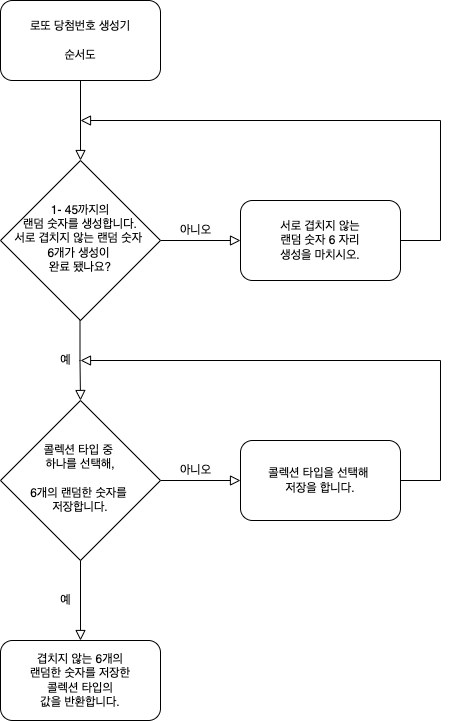
Before: IMG/makeLottoAutoNumberGenerator.png, a diagram exported from draw.io (yagom-academy/swift-starter-Round2). Source tidied: cells renumbered, new cells last; positions are measured from the earlier drawing's top-left corner, leaving out a move shared by most shapes. Its diagram source:
```xml
<mxGraphModel>
  <root>
    <mxCell id="0" />
    <mxCell id="1" parent="0" />
    <mxCell id="2" style="rounded=0;html=1;jettySize=auto;fontSize=11;endArrow=block;endFill=0;endSize=8;strokeWidth=1;shadow=0;labelBackgroundColor=none;edgeStyle=orthogonalEdgeStyle;" parent="1" edge="1" source="3" target="5">
      <mxGeometry relative="1" as="geometry" />
    </mxCell>
    <mxCell id="3" value="로또 당첨번호 생성기&lt;br&gt;&lt;br&gt;순서도" style="rounded=1;whiteSpace=wrap;html=1;fontSize=12;glass=0;strokeWidth=1;shadow=0;" parent="1" vertex="1">
      <mxGeometry width="160" height="80" as="geometry" />
    </mxCell>
    <mxCell id="4" style="edgeStyle=orthogonalEdgeStyle;rounded=0;html=1;jettySize=auto;fontSize=11;endArrow=block;endFill=0;endSize=8;strokeWidth=1;shadow=0;labelBackgroundColor=none;" parent="1" edge="1" source="5" target="6">
      <mxGeometry y="10" relative="1" as="geometry" />
    </mxCell>
    <mxCell id="5" value="1- 45까지의&lt;br&gt;랜덤 숫자를 생성합니다.&lt;br&gt;서로 겹치지 않는 랜덤 숫자 &lt;br&gt;6개가&amp;nbsp;생성이 &lt;br&gt;완료 됐나요?" style="rhombus;whiteSpace=wrap;html=1;shadow=0;fontFamily=Helvetica;fontSize=12;align=center;strokeWidth=1;spacing=6;spacingTop=-4;" parent="1" vertex="1">
      <mxGeometry y="160" width="160" height="160" as="geometry" />
    </mxCell>
    <mxCell id="6" value="서로 겹치지 않는&lt;br&gt;랜덤 숫자 6 자리&lt;br&gt;생성을 마치시오." style="rounded=1;whiteSpace=wrap;html=1;fontSize=12;glass=0;strokeWidth=1;shadow=0;" parent="1" vertex="1">
      <mxGeometry x="240" y="200" width="160" height="80" as="geometry" />
    </mxCell>
    <mxCell id="7" style="edgeStyle=orthogonalEdgeStyle;rounded=0;html=1;jettySize=auto;fontSize=11;endArrow=block;endFill=0;endSize=8;strokeWidth=1;shadow=0;labelBackgroundColor=none;" parent="1" edge="1" source="8" target="10">
      <mxGeometry y="10" relative="1" as="geometry" />
    </mxCell>
    <mxCell id="8" value="콜렉션 타입 중 &lt;br&gt;하나를 선택해,&lt;br&gt;&lt;br&gt;6개의 랜덤한 숫자를 &lt;br&gt;저장합니다." style="rhombus;whiteSpace=wrap;html=1;shadow=0;fontFamily=Helvetica;fontSize=12;align=center;strokeWidth=1;spacing=6;spacingTop=-4;" parent="1" vertex="1">
      <mxGeometry y="400" width="160" height="160" as="geometry" />
    </mxCell>
    <mxCell id="9" value="겹치지 않는 6개의&lt;br&gt;랜덤한 숫자를 저장한&lt;br&gt;콜렉션 타입의&lt;br&gt;값을 반환합니다." style="rounded=1;whiteSpace=wrap;html=1;fontSize=12;glass=0;strokeWidth=1;shadow=0;" parent="1" vertex="1">
      <mxGeometry y="640" width="160" height="80" as="geometry" />
    </mxCell>
    <mxCell id="10" value="콜렉션 타입을 선택해&amp;nbsp;&lt;br&gt;저장을 합니다." style="rounded=1;whiteSpace=wrap;html=1;fontSize=12;glass=0;strokeWidth=1;shadow=0;" parent="1" vertex="1">
      <mxGeometry x="240" y="440" width="160" height="80" as="geometry" />
    </mxCell>
    <mxCell id="11" style="rounded=0;html=1;jettySize=auto;orthogonalLoop=1;fontSize=11;endArrow=block;endFill=0;endSize=8;strokeWidth=1;shadow=0;labelBackgroundColor=none;edgeStyle=orthogonalEdgeStyle;" parent="1" edge="1">
      <mxGeometry x="-0.06" y="21" relative="1" as="geometry">
        <mxPoint x="80" y="560" as="sourcePoint" />
        <mxPoint x="80" y="640" as="targetPoint" />
      </mxGeometry>
    </mxCell>
    <mxCell id="12" value="아니오" style="text;html=1;align=center;verticalAlign=middle;fillColor=none;strokeColor=none;rounded=0;" parent="1" vertex="1">
      <mxGeometry x="170" y="220" width="50" height="20" as="geometry" />
    </mxCell>
    <mxCell id="13" style="rounded=0;html=1;jettySize=auto;fontSize=11;endArrow=block;endFill=0;endSize=8;strokeWidth=1;shadow=0;labelBackgroundColor=none;edgeStyle=orthogonalEdgeStyle;entryX=0.5;entryY=0;entryDx=0;entryDy=0;" parent="1" edge="1" target="8">
      <mxGeometry relative="1" as="geometry">
        <mxPoint x="79.5" y="320" as="sourcePoint" />
      </mxGeometry>
    </mxCell>
    <mxCell id="14" value="예" style="text;html=1;align=center;verticalAlign=middle;fillColor=none;strokeColor=none;rounded=0;" parent="1" vertex="1">
      <mxGeometry x="50" y="350" width="30" height="20" as="geometry" />
    </mxCell>
    <mxCell id="15" style="edgeStyle=orthogonalEdgeStyle;rounded=0;html=1;jettySize=auto;fontSize=11;endArrow=block;endFill=0;endSize=8;strokeWidth=1;shadow=0;labelBackgroundColor=none;exitX=1;exitY=0.425;exitDx=0;exitDy=0;exitPerimeter=0;" parent="1" edge="1" source="6">
      <mxGeometry y="10" relative="1" as="geometry">
        <mxPoint x="80" y="120" as="targetPoint" />
        <Array as="points">
          <mxPoint x="400" y="240" />
          <mxPoint x="440" y="240" />
          <mxPoint x="440" y="120" />
        </Array>
      </mxGeometry>
    </mxCell>
    <mxCell id="16" value="아니오" style="text;html=1;align=center;verticalAlign=middle;fillColor=none;strokeColor=none;rounded=0;" parent="1" vertex="1">
      <mxGeometry x="170" y="460" width="50" height="20" as="geometry" />
    </mxCell>
    <mxCell id="17" style="edgeStyle=orthogonalEdgeStyle;rounded=0;html=1;jettySize=auto;orthogonalLoop=1;fontSize=11;endArrow=block;endFill=0;endSize=8;strokeWidth=1;shadow=0;labelBackgroundColor=none;exitX=1;exitY=0.425;exitDx=0;exitDy=0;exitPerimeter=0;" parent="1" edge="1">
      <mxGeometry y="10" relative="1" as="geometry">
        <mxPoint x="400" y="474" as="sourcePoint" />
        <mxPoint x="80" y="360" as="targetPoint" />
        <Array as="points">
          <mxPoint x="400" y="480" />
          <mxPoint x="440" y="480" />
          <mxPoint x="440" y="360" />
        </Array>
      </mxGeometry>
    </mxCell>
    <mxCell id="18" value="예" style="text;html=1;align=center;verticalAlign=middle;fillColor=none;strokeColor=none;rounded=0;" parent="1" vertex="1">
      <mxGeometry x="50" y="590" width="30" height="20" as="geometry" />
    </mxCell>
  </root>
</mxGraphModel>
```
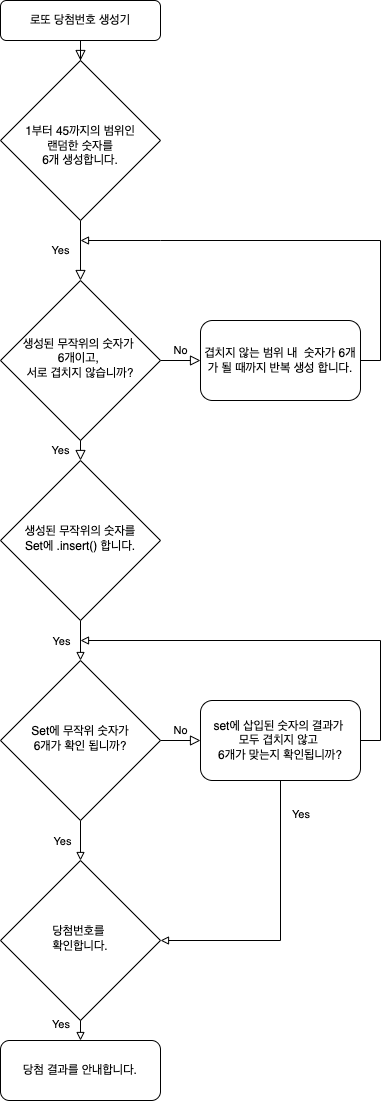
Above is the later version.

Commit message:
로또당첨번호 생성기 순서도 재수정 커밋

The edit, as a diff of the source:
```diff
@@ -5,73 +5,113 @@
     <mxCell id="2" style="rounded=0;html=1;jettySize=auto;fontSize=11;endArrow=block;endFill=0;endSize=8;strokeWidth=1;shadow=0;labelBackgroundColor=none;edgeStyle=orthogonalEdgeStyle;" parent="1" edge="1" source="3" target="5">
       <mxGeometry relative="1" as="geometry" />
     </mxCell>
-    <mxCell id="3" value="로또 당첨번호 생성기&lt;br&gt;&lt;br&gt;순서도" style="rounded=1;whiteSpace=wrap;html=1;fontSize=12;glass=0;strokeWidth=1;shadow=0;" parent="1" vertex="1">
-      <mxGeometry width="160" height="80" as="geometry" />
+    <mxCell id="3" value="로또 당첨번호 생성기" style="rounded=1;whiteSpace=wrap;html=1;fontSize=12;glass=0;strokeWidth=1;shadow=0;" parent="1" vertex="1">
+      <mxGeometry y="20" width="160" height="40" as="geometry" />
     </mxCell>
+    <mxCell id="19" value="Yes" style="rounded=0;html=1;jettySize=auto;fontSize=11;endArrow=block;endFill=0;endSize=8;strokeWidth=1;shadow=0;labelBackgroundColor=none;edgeStyle=orthogonalEdgeStyle;" parent="1" edge="1" source="5" target="8">
+      <mxGeometry y="-20" relative="1" as="geometry">
+        <Array as="points">
+          <mxPoint x="80" y="330" />
+          <mxPoint x="80" y="330" />
+        </Array>
+      </mxGeometry>
+    </mxCell>
-    <mxCell id="4" style="edgeStyle=orthogonalEdgeStyle;rounded=0;html=1;jettySize=auto;fontSize=11;endArrow=block;endFill=0;endSize=8;strokeWidth=1;shadow=0;labelBackgroundColor=none;" parent="1" edge="1" source="5" target="6">
-      <mxGeometry y="10" relative="1" as="geometry" />
+    <mxCell id="4" value="No" style="edgeStyle=orthogonalEdgeStyle;rounded=0;html=1;jettySize=auto;fontSize=11;endArrow=block;endFill=0;endSize=8;strokeWidth=1;shadow=0;labelBackgroundColor=none;" parent="1" edge="1" target="6">
+      <mxGeometry y="10" relative="1" as="geometry">
+        <mxPoint x="160" y="380" as="sourcePoint" />
+      </mxGeometry>
     </mxCell>
-    <mxCell id="5" value="1- 45까지의&lt;br&gt;랜덤 숫자를 생성합니다.&lt;br&gt;서로 겹치지 않는 랜덤 숫자 &lt;br&gt;6개가&amp;nbsp;생성이 &lt;br&gt;완료 됐나요?" style="rhombus;whiteSpace=wrap;html=1;shadow=0;fontFamily=Helvetica;fontSize=12;align=center;strokeWidth=1;spacing=6;spacingTop=-4;" parent="1" vertex="1">
-      <mxGeometry y="160" width="160" height="160" as="geometry" />
+    <mxCell id="5" value="&lt;br&gt;1부터 45까지의 범위인&lt;br&gt;랜덤한 숫자를&lt;br&gt;6개 생성합니다." style="rhombus;whiteSpace=wrap;html=1;shadow=0;fontFamily=Helvetica;fontSize=12;align=center;strokeWidth=1;spacing=6;spacingTop=-4;" parent="1" vertex="1">
+      <mxGeometry y="80" width="160" height="160" as="geometry" />
     </mxCell>
+    <mxCell id="20" style="edgeStyle=orthogonalEdgeStyle;rounded=0;jettySize=auto;html=1;exitX=1;exitY=0.5;exitDx=0;exitDy=0;endArrow=block;endFill=0;" parent="1" edge="1" source="6">
+      <mxGeometry relative="1" as="geometry">
+        <mxPoint x="80" y="260" as="targetPoint" />
+        <Array as="points">
+          <mxPoint x="380" y="380" />
+          <mxPoint x="380" y="260" />
+          <mxPoint x="160" y="260" />
+        </Array>
+      </mxGeometry>
+    </mxCell>
-    <mxCell id="6" value="서로 겹치지 않는&lt;br&gt;랜덤 숫자 6 자리&lt;br&gt;생성을 마치시오." style="rounded=1;whiteSpace=wrap;html=1;fontSize=12;glass=0;strokeWidth=1;shadow=0;" parent="1" vertex="1">
-      <mxGeometry x="240" y="200" width="160" height="80" as="geometry" />
+    <mxCell id="6" value="겹치지 않는 범위 내&amp;nbsp; 숫자가 6개가 될 때까지 반복 생성 합니다." style="rounded=1;whiteSpace=wrap;html=1;fontSize=12;glass=0;strokeWidth=1;shadow=0;" parent="1" vertex="1">
+      <mxGeometry x="200" y="340" width="160" height="80" as="geometry" />
     </mxCell>
-    <mxCell id="7" style="edgeStyle=orthogonalEdgeStyle;rounded=0;html=1;jettySize=auto;fontSize=11;endArrow=block;endFill=0;endSize=8;strokeWidth=1;shadow=0;labelBackgroundColor=none;" parent="1" edge="1" source="8" target="10">
-      <mxGeometry y="10" relative="1" as="geometry" />
-    </mxCell>
-    <mxCell id="8" value="콜렉션 타입 중 &lt;br&gt;하나를 선택해,&lt;br&gt;&lt;br&gt;6개의 랜덤한 숫자를 &lt;br&gt;저장합니다." style="rhombus;whiteSpace=wrap;html=1;shadow=0;fontFamily=Helvetica;fontSize=12;align=center;strokeWidth=1;spacing=6;spacingTop=-4;" parent="1" vertex="1">
-      <mxGeometry y="400" width="160" height="160" as="geometry" />
+    <mxCell id="8" value="생성된 무작위의 숫자가 &lt;br&gt;6개이고, &lt;br&gt;서로 겹치지 않습니까?" style="rhombus;whiteSpace=wrap;html=1;shadow=0;fontFamily=Helvetica;fontSize=12;align=center;strokeWidth=1;spacing=6;spacingTop=-4;" parent="1" vertex="1">
+      <mxGeometry y="300" width="160" height="160" as="geometry" />
     </mxCell>
-    <mxCell id="9" value="겹치지 않는 6개의&lt;br&gt;랜덤한 숫자를 저장한&lt;br&gt;콜렉션 타입의&lt;br&gt;값을 반환합니다." style="rounded=1;whiteSpace=wrap;html=1;fontSize=12;glass=0;strokeWidth=1;shadow=0;" parent="1" vertex="1">
-      <mxGeometry y="640" width="160" height="80" as="geometry" />
+    <mxCell id="9" value="당첨 결과를 안내합니다." style="rounded=1;whiteSpace=wrap;html=1;fontSize=12;glass=0;strokeWidth=1;shadow=0;" parent="1" vertex="1">
+      <mxGeometry y="1060" width="160" height="60" as="geometry" />
     </mxCell>
-    <mxCell id="10" value="콜렉션 타입을 선택해&amp;nbsp;&lt;br&gt;저장을 합니다." style="rounded=1;whiteSpace=wrap;html=1;fontSize=12;glass=0;strokeWidth=1;shadow=0;" parent="1" vertex="1">
-      <mxGeometry x="240" y="440" width="160" height="80" as="geometry" />
-    </mxCell>
-    <mxCell id="11" style="rounded=0;html=1;jettySize=auto;orthogonalLoop=1;fontSize=11;endArrow=block;endFill=0;endSize=8;strokeWidth=1;shadow=0;labelBackgroundColor=none;edgeStyle=orthogonalEdgeStyle;" parent="1" edge="1">
-      <mxGeometry x="-0.06" y="21" relative="1" as="geometry">
-        <mxPoint x="80" y="560" as="sourcePoint" />
-        <mxPoint x="80" y="640" as="targetPoint" />
-      </mxGeometry>
-    </mxCell>
-    <mxCell id="12" value="아니오" style="text;html=1;align=center;verticalAlign=middle;fillColor=none;strokeColor=none;rounded=0;" parent="1" vertex="1">
-      <mxGeometry x="170" y="220" width="50" height="20" as="geometry" />
-    </mxCell>
-    <mxCell id="13" style="rounded=0;html=1;jettySize=auto;fontSize=11;endArrow=block;endFill=0;endSize=8;strokeWidth=1;shadow=0;labelBackgroundColor=none;edgeStyle=orthogonalEdgeStyle;entryX=0.5;entryY=0;entryDx=0;entryDy=0;" parent="1" edge="1" target="8">
-      <mxGeometry relative="1" as="geometry">
-        <mxPoint x="79.5" y="320" as="sourcePoint" />
-      </mxGeometry>
-    </mxCell>
-    <mxCell id="14" value="예" style="text;html=1;align=center;verticalAlign=middle;fillColor=none;strokeColor=none;rounded=0;" parent="1" vertex="1">
-      <mxGeometry x="50" y="350" width="30" height="20" as="geometry" />
-    </mxCell>
-    <mxCell id="15" style="edgeStyle=orthogonalEdgeStyle;rounded=0;html=1;jettySize=auto;fontSize=11;endArrow=block;endFill=0;endSize=8;strokeWidth=1;shadow=0;labelBackgroundColor=none;exitX=1;exitY=0.425;exitDx=0;exitDy=0;exitPerimeter=0;" parent="1" edge="1" source="6">
-      <mxGeometry y="10" relative="1" as="geometry">
-        <mxPoint x="80" y="120" as="targetPoint" />
-        <Array as="points">
-          <mxPoint x="400" y="240" />
-          <mxPoint x="440" y="240" />
-          <mxPoint x="440" y="120" />
-        </Array>
-      </mxGeometry>
-    </mxCell>
-    <mxCell id="16" value="아니오" style="text;html=1;align=center;verticalAlign=middle;fillColor=none;strokeColor=none;rounded=0;" parent="1" vertex="1">
-      <mxGeometry x="170" y="460" width="50" height="20" as="geometry" />
-    </mxCell>
-    <mxCell id="17" style="edgeStyle=orthogonalEdgeStyle;rounded=0;html=1;jettySize=auto;orthogonalLoop=1;fontSize=11;endArrow=block;endFill=0;endSize=8;strokeWidth=1;shadow=0;labelBackgroundColor=none;exitX=1;exitY=0.425;exitDx=0;exitDy=0;exitPerimeter=0;" parent="1" edge="1">
-      <mxGeometry y="10" relative="1" as="geometry">
-        <mxPoint x="400" y="474" as="sourcePoint" />
-        <mxPoint x="80" y="360" as="targetPoint" />
-        <Array as="points">
-          <mxPoint x="400" y="480" />
-          <mxPoint x="440" y="480" />
-          <mxPoint x="440" y="360" />
-        </Array>
-      </mxGeometry>
-    </mxCell>
-    <mxCell id="18" value="예" style="text;html=1;align=center;verticalAlign=middle;fillColor=none;strokeColor=none;rounded=0;" parent="1" vertex="1">
-      <mxGeometry x="50" y="590" width="30" height="20" as="geometry" />
-    </mxCell>
+    <mxCell id="21" style="edgeStyle=orthogonalEdgeStyle;rounded=0;jettySize=auto;html=1;endArrow=block;endFill=0;" parent="1" edge="1" source="22" target="30">
+      <mxGeometry relative="1" as="geometry" />
+    </mxCell>
+    <mxCell id="22" value="생성된 무작위의 숫자를&lt;br&gt;Set에 .insert() 합니다." style="rhombus;whiteSpace=wrap;html=1;shadow=0;fontFamily=Helvetica;fontSize=12;align=center;strokeWidth=1;spacing=6;spacingTop=-4;" parent="1" vertex="1">
+      <mxGeometry y="480" width="160" height="160" as="geometry" />
+    </mxCell>
+    <mxCell id="23" style="edgeStyle=orthogonalEdgeStyle;rounded=0;orthogonalLoop=1;jettySize=auto;html=1;exitX=1;exitY=0.5;exitDx=0;exitDy=0;endArrow=block;endFill=0;" parent="1" edge="1">
+      <mxGeometry relative="1" as="geometry">
+        <mxPoint x="360" y="770" as="sourcePoint" />
+        <mxPoint x="80" y="660" as="targetPoint" />
+        <Array as="points">
+          <mxPoint x="360" y="760" />
+          <mxPoint x="380" y="760" />
+          <mxPoint x="380" y="660" />
+        </Array>
+      </mxGeometry>
+    </mxCell>
+    <mxCell id="24" value="Yes&lt;br&gt;" style="edgeLabel;html=1;align=center;verticalAlign=middle;" parent="23" vertex="1">
+      <mxGeometry x="1" y="5" relative="1" as="geometry">
+        <mxPoint x="-20" y="-5" as="offset" />
+      </mxGeometry>
+    </mxCell>
+    <mxCell id="25" value="No" style="edgeStyle=orthogonalEdgeStyle;rounded=0;html=1;jettySize=auto;fontSize=11;endArrow=block;endFill=0;endSize=8;strokeWidth=1;shadow=0;labelBackgroundColor=none;" parent="1" edge="1" target="27">
+      <mxGeometry y="10" relative="1" as="geometry">
+        <mxPoint x="160" y="760" as="sourcePoint" />
+      </mxGeometry>
+    </mxCell>
+    <mxCell id="26" style="edgeStyle=orthogonalEdgeStyle;rounded=0;jettySize=auto;html=1;exitX=0.5;exitY=1;exitDx=0;exitDy=0;endArrow=block;endFill=0;entryX=1;entryY=0.5;entryDx=0;entryDy=0;" parent="1" edge="1" source="27" target="33">
+      <mxGeometry relative="1" as="geometry">
+        <Array as="points">
+          <mxPoint x="280" y="960" />
+        </Array>
+      </mxGeometry>
+    </mxCell>
+    <mxCell id="27" value="set에 삽입된 숫자의 결과가&amp;nbsp;&lt;br&gt;모두 겹치지 않고&amp;nbsp;&lt;br&gt;6개가 맞는지 확인됩니까?" style="rounded=1;whiteSpace=wrap;html=1;fontSize=12;glass=0;strokeWidth=1;shadow=0;" parent="1" vertex="1">
+      <mxGeometry x="200" y="720" width="160" height="80" as="geometry" />
+    </mxCell>
+    <mxCell id="28" value="Yes" style="rounded=0;html=1;jettySize=auto;fontSize=11;endArrow=block;endFill=0;endSize=8;strokeWidth=1;shadow=0;labelBackgroundColor=none;edgeStyle=orthogonalEdgeStyle;exitX=0.5;exitY=1;exitDx=0;exitDy=0;" parent="1" edge="1" source="8">
+      <mxGeometry y="-20" relative="1" as="geometry">
+        <mxPoint x="80" y="480" as="targetPoint" />
+        <Array as="points">
+          <mxPoint x="80" y="480" />
+        </Array>
+      </mxGeometry>
+    </mxCell>
+    <mxCell id="29" style="edgeStyle=orthogonalEdgeStyle;rounded=0;jettySize=auto;html=1;exitX=0.5;exitY=1;exitDx=0;exitDy=0;endArrow=block;endFill=0;" parent="1" edge="1" source="30">
+      <mxGeometry relative="1" as="geometry">
+        <mxPoint x="80" y="880" as="targetPoint" />
+      </mxGeometry>
+    </mxCell>
+    <mxCell id="30" value="Set에 무작위 숫자가&lt;br&gt;6개가 확인 됩니까?" style="rhombus;whiteSpace=wrap;html=1;shadow=0;fontFamily=Helvetica;fontSize=12;align=center;strokeWidth=1;spacing=6;spacingTop=-4;" parent="1" vertex="1">
+      <mxGeometry y="680" width="160" height="160" as="geometry" />
+    </mxCell>
+    <mxCell id="31" value="Yes&lt;br&gt;" style="edgeLabel;html=1;align=center;verticalAlign=middle;" parent="1" vertex="1">
+      <mxGeometry x="60" y="670" as="geometry">
+        <mxPoint x="1" y="190" as="offset" />
+      </mxGeometry>
+    </mxCell>
+    <mxCell id="32" value="&lt;meta charset=&quot;utf-8&quot;&gt;&lt;span style=&quot;color: rgb(0, 0, 0); font-family: helvetica; font-size: 11px; font-style: normal; font-weight: 400; letter-spacing: normal; text-align: center; text-indent: 0px; text-transform: none; word-spacing: 0px; background-color: rgb(255, 255, 255); display: inline; float: none;&quot;&gt;Yes&lt;/span&gt;" style="text;whiteSpace=wrap;html=1;" parent="1" vertex="1">
+      <mxGeometry x="290" y="820" width="40" height="30" as="geometry" />
+    </mxCell>
+    <mxCell id="33" value="당첨번호를&amp;nbsp;&lt;br&gt;확인합니다." style="rhombus;whiteSpace=wrap;html=1;shadow=0;fontFamily=Helvetica;fontSize=12;align=center;strokeWidth=1;spacing=6;spacingTop=-4;" parent="1" vertex="1">
+      <mxGeometry y="880" width="160" height="160" as="geometry" />
+    </mxCell>
+    <mxCell id="34" style="edgeStyle=orthogonalEdgeStyle;rounded=0;jettySize=auto;html=1;exitX=0.5;exitY=1;exitDx=0;exitDy=0;endArrow=block;endFill=0;entryX=0.5;entryY=0;entryDx=0;entryDy=0;" parent="1" edge="1" source="33" target="9">
+      <mxGeometry relative="1" as="geometry" />
+    </mxCell>
+    <mxCell id="35" value="&lt;meta charset=&quot;utf-8&quot;&gt;&lt;span style=&quot;color: rgb(0, 0, 0); font-family: helvetica; font-size: 11px; font-style: normal; font-weight: 400; letter-spacing: normal; text-align: center; text-indent: 0px; text-transform: none; word-spacing: 0px; background-color: rgb(255, 255, 255); display: inline; float: none;&quot;&gt;Yes&lt;/span&gt;" style="text;whiteSpace=wrap;html=1;" parent="1" vertex="1">
+      <mxGeometry x="50" y="1030" width="40" height="30" as="geometry" />
+    </mxCell>
   </root>
 </mxGraphModel>
```
